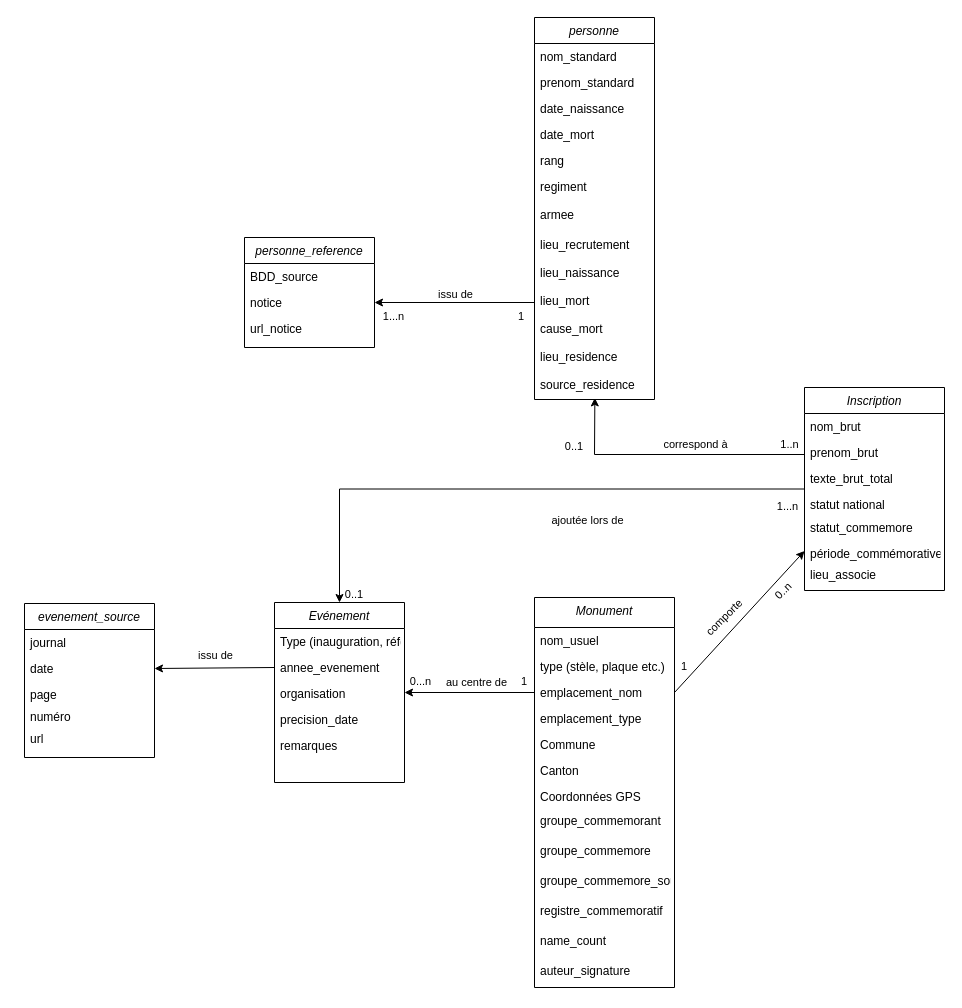
The draw.io diagram Modèle conceptuel/Modèle conceptuel_Thomas_Menoud.drawio in samohTDNM/Monument_Etrangers_14-18_Suisse, before the edit. Source tidied: cells renumbered, new cells numbered last; positions are measured from the earlier drawing's top-left corner, leaving out a move shared by most shapes. Both pictures are drawn from the tidied source at 100%, with x=0, y=0 at pixel (24, 17).
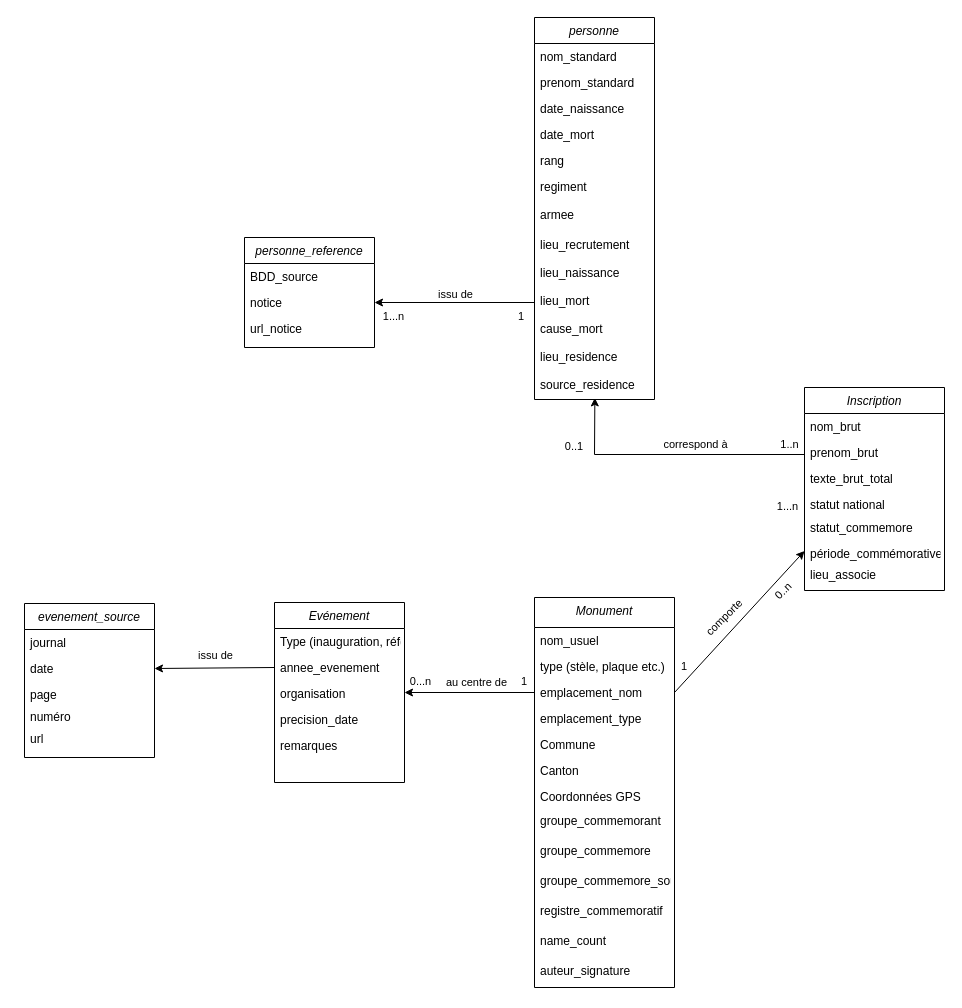
The same diagram, later.

The change refers to these unchanged cells:
```xml
<mxCell id="16" value="Evénement" style="swimlane;fontStyle=2;align=center;verticalAlign=top;horizontal=1;startSize=26;rounded=0;shadow=0;strokeWidth=1;" parent="1" vertex="1">
  <mxGeometry x="250" y="585" width="130" height="180" as="geometry" />
</mxCell>
<mxCell id="39" value="Inscription" style="swimlane;fontStyle=2;align=center;verticalAlign=top;horizontal=1;startSize=26;rounded=0;shadow=0;strokeWidth=1;" parent="1" vertex="1">
  <mxGeometry x="780" y="370" width="140" height="203" as="geometry" />
</mxCell>
```

What changed in the source:
```diff
@@
-    <mxCell id="38" style="edgeStyle=orthogonalEdgeStyle;rounded=0;jettySize=auto;html=1;entryX=0.5;entryY=0;entryDx=0;entryDy=0;" parent="1" edge="1" source="39" target="16">
-      <mxGeometry relative="1" as="geometry" />
-    </mxCell>
@@
-    <mxCell id="65" value="ajoutée lors de&amp;nbsp;" style="text;html=1;whiteSpace=wrap;strokeColor=none;fillColor=none;align=center;verticalAlign=middle;rounded=0;fontSize=11;" parent="1" vertex="1">
-      <mxGeometry x="510" y="488" width="110" height="30" as="geometry" />
-    </mxCell>
-    <mxCell id="66" value="0..1" style="text;html=1;whiteSpace=wrap;strokeColor=none;fillColor=none;align=center;verticalAlign=middle;rounded=0;fontSize=11;" parent="1" vertex="1">
-      <mxGeometry x="320" y="568" width="20" height="18" as="geometry" />
-    </mxCell>
```
